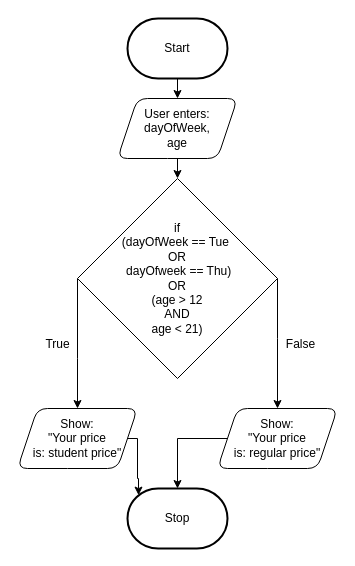
Earlier version of the draw.io diagram design/flowchart.drawio (pablo-fiallos-granados/ICD2O-Unit-5-04-pablo-fiallos-granados). Source tidied: cells renumbered, new cells numbered last; positions are measured from the earlier drawing's top-left corner, leaving out a move shared by most shapes. Both pictures are drawn from the tidied source at 100%, with x=0, y=0 at pixel (17, 18).
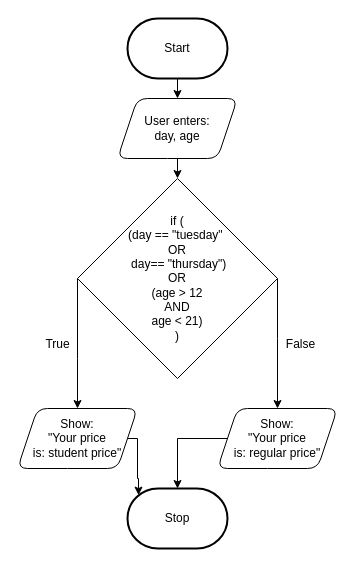
The same page after the edit.

What changed in the source:
```diff
@@
-    <mxCell id="6" value="User enters:&lt;br&gt;dayOfWeek,&lt;br&gt;age" style="shape=parallelogram;perimeter=parallelogramPerimeter;whiteSpace=wrap;html=1;fixedSize=1;rounded=1;" parent="1" vertex="1">
+    <mxCell id="6" value="User enters:&lt;br&gt;day, age" style="shape=parallelogram;perimeter=parallelogramPerimeter;whiteSpace=wrap;html=1;fixedSize=1;rounded=1;" parent="1" vertex="1">
       <mxGeometry x="100" y="80" width="120" height="60" as="geometry" />
     </mxCell>
@@
-    <mxCell id="9" value="if &lt;br&gt;(dayOfWeek == Tue&amp;nbsp;&lt;br&gt;OR&lt;br&gt;&amp;nbsp;dayOfweek == Thu)&lt;br&gt;OR&lt;br&gt;(age &amp;gt; 12&lt;br&gt;AND &lt;br&gt;age &amp;lt; 21)" style="rhombus;whiteSpace=wrap;html=1;rounded=0;" parent="1" vertex="1">
+    <mxCell id="9" value="if (&lt;br&gt;(day == &quot;tuesday&quot;&amp;nbsp;&lt;br&gt;OR&lt;br&gt;&amp;nbsp;day== &quot;thursday&quot;)&lt;br&gt;OR&lt;br&gt;(age &amp;gt; 12&lt;br&gt;AND &lt;br&gt;age &amp;lt; 21)&lt;br&gt;)" style="rhombus;whiteSpace=wrap;html=1;rounded=0;" parent="1" vertex="1">
       <mxGeometry x="60" y="160" width="200" height="200" as="geometry" />
     </mxCell>
```
